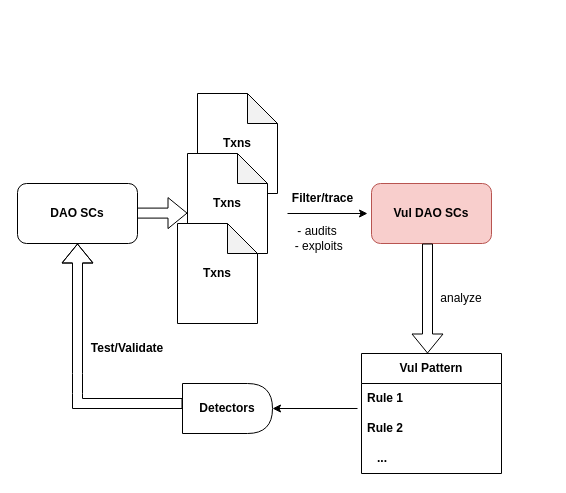
Before: dao.drawio in bossjoker1/Assembly, a draw.io diagram. Source tidied: cells renumbered, new cells numbered last; positions are measured from the earlier drawing's top-left corner, leaving out a move shared by most shapes. Both pictures are drawn from the tidied source at 100%, with x=0, y=0 at pixel (17, 93).
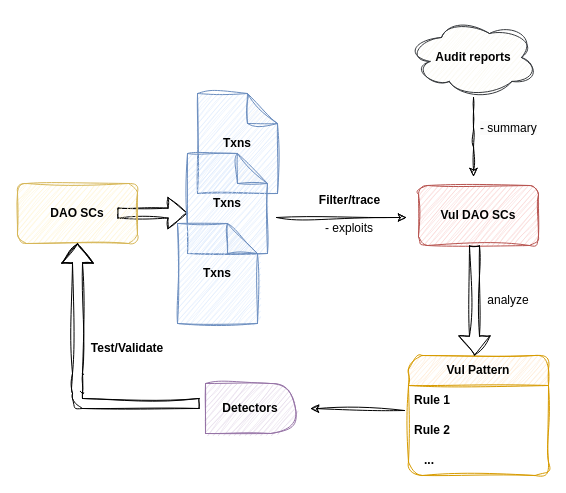
After the change.

Change to the diagram source:
```diff
@@
-    <mxCell id="2" value="&lt;b style=&quot;border-color: var(--border-color);&quot;&gt;Txns&lt;/b&gt;" style="shape=note;whiteSpace=wrap;html=1;backgroundOutline=1;darkOpacity=0.05;" parent="1" vertex="1">
+    <mxCell id="2" value="&lt;b style=&quot;border-color: var(--border-color);&quot;&gt;Txns&lt;/b&gt;" style="shape=note;whiteSpace=wrap;html=1;backgroundOutline=1;darkOpacity=0.05;rounded=1;fillColor=#dae8fc;strokeColor=#6c8ebf;sketch=1;curveFitting=1;jiggle=2;" parent="1" vertex="1">
       <mxGeometry x="180" width="80" height="100" as="geometry" />
     </mxCell>
-    <mxCell id="3" style="shape=flexArrow;endArrow=classic;html=1;rounded=0;" parent="1" edge="1">
+    <mxCell id="3" style="shape=flexArrow;endArrow=classic;html=1;rounded=1;sketch=1;curveFitting=1;jiggle=2;" parent="1" edge="1">
       <mxGeometry relative="1" as="geometry">
         <mxPoint x="100" y="119.6" as="sourcePoint" />
         <mxPoint x="170" y="119.6" as="targetPoint" />
       </mxGeometry>
     </mxCell>
-    <mxCell id="4" value="DAO SCs" style="rounded=1;whiteSpace=wrap;html=1;fontStyle=1;" parent="1" vertex="1">
+    <mxCell id="4" value="DAO SCs" style="rounded=1;whiteSpace=wrap;html=1;fontStyle=1;fillColor=#fff2cc;strokeColor=#d6b656;sketch=1;curveFitting=1;jiggle=2;" parent="1" vertex="1">
       <mxGeometry y="90" width="120" height="60" as="geometry" />
     </mxCell>
-    <mxCell id="5" value="&lt;b&gt;Txns&lt;/b&gt;" style="shape=note;whiteSpace=wrap;html=1;backgroundOutline=1;darkOpacity=0.05;" parent="1" vertex="1">
+    <mxCell id="5" value="&lt;b&gt;Txns&lt;/b&gt;" style="shape=note;whiteSpace=wrap;html=1;backgroundOutline=1;darkOpacity=0.05;rounded=1;fillColor=#dae8fc;strokeColor=#6c8ebf;sketch=1;curveFitting=1;jiggle=2;" parent="1" vertex="1">
       <mxGeometry x="170" y="60" width="80" height="100" as="geometry" />
     </mxCell>
-    <mxCell id="6" style="endArrow=classic;html=1;rounded=0;" parent="1" edge="1">
+    <mxCell id="6" style="endArrow=classic;html=1;rounded=1;sketch=1;curveFitting=1;jiggle=2;" parent="1" edge="1">
       <mxGeometry relative="1" as="geometry">
-        <mxPoint x="270" y="120" as="sourcePoint" />
-        <mxPoint x="350" y="120" as="targetPoint" />
+        <mxPoint x="259" y="124" as="sourcePoint" />
+        <mxPoint x="389" y="124" as="targetPoint" />
       </mxGeometry>
     </mxCell>
-    <mxCell id="7" value="Filter/trace" style="text;html=1;align=center;verticalAlign=middle;strokeColor=none;fillColor=none;fontStyle=1;" parent="1" vertex="1">
-      <mxGeometry x="265" y="90" width="80" height="30" as="geometry" />
+    <mxCell id="7" value="Filter/trace" style="text;html=1;align=center;verticalAlign=middle;strokeColor=none;fillColor=none;fontStyle=1;rounded=1;sketch=1;curveFitting=1;jiggle=2;" parent="1" vertex="1">
+      <mxGeometry x="292" y="92" width="80" height="30" as="geometry" />
     </mxCell>
-    <mxCell id="8" value="&lt;b style=&quot;border-color: var(--border-color);&quot;&gt;Txns&lt;/b&gt;" style="shape=note;whiteSpace=wrap;html=1;backgroundOutline=1;darkOpacity=0.05;" parent="1" vertex="1">
+    <mxCell id="8" value="&lt;b style=&quot;border-color: var(--border-color);&quot;&gt;Txns&lt;/b&gt;" style="shape=note;whiteSpace=wrap;html=1;backgroundOutline=1;darkOpacity=0.05;rounded=1;fillColor=#dae8fc;strokeColor=#6c8ebf;sketch=1;curveFitting=1;jiggle=2;" parent="1" vertex="1">
       <mxGeometry x="160" y="130" width="80" height="100" as="geometry" />
     </mxCell>
-    <mxCell id="9" value="- audits&lt;br&gt;&amp;nbsp;- exploits" style="text;html=1;strokeColor=none;fillColor=none;align=center;verticalAlign=middle;whiteSpace=wrap;rounded=0;" parent="1" vertex="1">
-      <mxGeometry x="270" y="130" width="60" height="30" as="geometry" />
+    <mxCell id="9" value="- exploits" style="text;html=1;strokeColor=none;fillColor=none;align=center;verticalAlign=middle;whiteSpace=wrap;rounded=1;sketch=1;curveFitting=1;jiggle=2;" parent="1" vertex="1">
+      <mxGeometry x="302" y="120" width="60" height="30" as="geometry" />
     </mxCell>
-    <mxCell id="10" value="Vul DAO SCs" style="rounded=1;whiteSpace=wrap;html=1;fontStyle=1;fillColor=#f8cecc;strokeColor=#b85450;" parent="1" vertex="1">
-      <mxGeometry x="354" y="90" width="120" height="60" as="geometry" />
+    <mxCell id="10" value="Vul DAO SCs" style="rounded=1;whiteSpace=wrap;html=1;fontStyle=1;fillColor=#f8cecc;strokeColor=#b85450;sketch=1;curveFitting=1;jiggle=2;" parent="1" vertex="1">
+      <mxGeometry x="401" y="92" width="120" height="60" as="geometry" />
     </mxCell>
-    <mxCell id="11" value="Vul Pattern" style="swimlane;fontStyle=1;horizontal=1;startSize=30;whiteSpace=wrap;html=1;" parent="1" vertex="1">
-      <mxGeometry x="344" y="260" width="140" height="120" as="geometry" />
+    <mxCell id="11" value="Vul Pattern" style="swimlane;fontStyle=1;horizontal=1;startSize=30;whiteSpace=wrap;html=1;rounded=1;fillColor=#ffe6cc;strokeColor=#d79b00;sketch=1;curveFitting=1;jiggle=2;" parent="1" vertex="1">
+      <mxGeometry x="391" y="262" width="140" height="120" as="geometry" />
     </mxCell>
-    <mxCell id="12" style="endArrow=classic;html=1;rounded=0;" parent="11" edge="1" target="18">
+    <mxCell id="12" style="endArrow=classic;html=1;rounded=1;sketch=1;curveFitting=1;jiggle=2;" parent="11" edge="1">
       <mxGeometry relative="1" as="geometry">
         <mxPoint x="-4" y="55" as="sourcePoint" />
+        <mxPoint x="-98" y="53" as="targetPoint" />
       </mxGeometry>
     </mxCell>
-    <mxCell id="13" value="Rule 1" style="text;strokeColor=none;fillColor=none;align=left;verticalAlign=middle;spacingLeft=4;spacingRight=4;overflow=hidden;whiteSpace=wrap;html=1;fontStyle=1;" parent="11" vertex="1">
+    <mxCell id="13" value="Rule 1" style="text;strokeColor=none;fillColor=none;align=left;verticalAlign=middle;spacingLeft=4;spacingRight=4;overflow=hidden;whiteSpace=wrap;html=1;fontStyle=1;rounded=1;sketch=1;curveFitting=1;jiggle=2;" parent="11" vertex="1">
       <mxGeometry y="30" width="140" height="30" as="geometry" />
     </mxCell>
-    <mxCell id="14" value="Rule 2" style="text;strokeColor=none;fillColor=none;align=left;verticalAlign=middle;spacingLeft=4;spacingRight=4;overflow=hidden;whiteSpace=wrap;html=1;fontStyle=1;" parent="11" vertex="1">
+    <mxCell id="14" value="Rule 2" style="text;strokeColor=none;fillColor=none;align=left;verticalAlign=middle;spacingLeft=4;spacingRight=4;overflow=hidden;whiteSpace=wrap;html=1;fontStyle=1;rounded=1;sketch=1;curveFitting=1;jiggle=2;" parent="11" vertex="1">
       <mxGeometry y="60" width="140" height="30" as="geometry" />
     </mxCell>
-    <mxCell id="15" value="&amp;nbsp; &amp;nbsp;..." style="text;strokeColor=none;fillColor=none;align=left;verticalAlign=middle;spacingLeft=4;spacingRight=4;overflow=hidden;whiteSpace=wrap;html=1;fontStyle=1;" parent="11" vertex="1">
+    <mxCell id="15" value="&amp;nbsp; &amp;nbsp;..." style="text;strokeColor=none;fillColor=none;align=left;verticalAlign=middle;spacingLeft=4;spacingRight=4;overflow=hidden;whiteSpace=wrap;html=1;fontStyle=1;rounded=1;sketch=1;curveFitting=1;jiggle=2;" parent="11" vertex="1">
       <mxGeometry y="90" width="140" height="30" as="geometry" />
     </mxCell>
-    <mxCell id="16" style="shape=flexArrow;endArrow=classic;html=1;rounded=0;" parent="1" edge="1">
+    <mxCell id="16" style="shape=flexArrow;endArrow=classic;html=1;rounded=1;sketch=1;curveFitting=1;jiggle=2;" parent="1" edge="1">
       <mxGeometry relative="1" as="geometry">
-        <mxPoint x="410" y="150" as="sourcePoint" />
-        <mxPoint x="410" y="260" as="targetPoint" />
+        <mxPoint x="457" y="152" as="sourcePoint" />
+        <mxPoint x="457" y="262" as="targetPoint" />
       </mxGeometry>
     </mxCell>
-    <mxCell id="17" value="analyze" style="text;html=1;strokeColor=none;fillColor=none;align=center;verticalAlign=middle;whiteSpace=wrap;rounded=0;" parent="1" vertex="1">
-      <mxGeometry x="414" y="190" width="60" height="30" as="geometry" />
+    <mxCell id="17" value="analyze" style="text;html=1;strokeColor=none;fillColor=none;align=center;verticalAlign=middle;whiteSpace=wrap;rounded=1;sketch=1;curveFitting=1;jiggle=2;" parent="1" vertex="1">
+      <mxGeometry x="461" y="192" width="60" height="30" as="geometry" />
     </mxCell>
-    <mxCell id="18" value="&lt;b&gt;Detectors&lt;/b&gt;" style="shape=delay;whiteSpace=wrap;html=1;" parent="1" vertex="1">
-      <mxGeometry x="165" y="290" width="90" height="50" as="geometry" />
+    <mxCell id="18" value="&lt;b&gt;Detectors&lt;/b&gt;" style="shape=delay;whiteSpace=wrap;html=1;rounded=1;fillColor=#e1d5e7;strokeColor=#9673a6;sketch=1;curveFitting=1;jiggle=2;" parent="1" vertex="1">
+      <mxGeometry x="188" y="290" width="90" height="50" as="geometry" />
     </mxCell>
-    <mxCell id="19" style="shape=flexArrow;endArrow=classic;html=1;rounded=0;entryX=0.5;entryY=1;entryDx=0;entryDy=0;" parent="1" edge="1" target="4">
+    <mxCell id="19" style="shape=flexArrow;endArrow=classic;html=1;rounded=1;entryX=0.5;entryY=1;entryDx=0;entryDy=0;sketch=1;curveFitting=1;jiggle=2;" parent="1" edge="1" target="4">
       <mxGeometry relative="1" as="geometry">
-        <mxPoint x="165" y="310" as="sourcePoint" />
+        <mxPoint x="182" y="310" as="sourcePoint" />
         <Array as="points">
           <mxPoint x="60" y="310" />
           <mxPoint x="60" y="300" />
           <mxPoint x="60" y="280" />
         </Array>
       </mxGeometry>
     </mxCell>
-    <mxCell id="20" value="&lt;b&gt;Test/Validate&lt;/b&gt;" style="text;html=1;strokeColor=none;fillColor=none;align=center;verticalAlign=middle;whiteSpace=wrap;rounded=0;" parent="1" vertex="1">
+    <mxCell id="20" value="&lt;b&gt;Test/Validate&lt;/b&gt;" style="text;html=1;strokeColor=none;fillColor=none;align=center;verticalAlign=middle;whiteSpace=wrap;rounded=1;sketch=1;curveFitting=1;jiggle=2;" parent="1" vertex="1">
       <mxGeometry x="80" y="240" width="60" height="30" as="geometry" />
     </mxCell>
+    <mxCell id="21" style="edgeStyle=orthogonalEdgeStyle;rounded=1;jettySize=auto;html=1;sketch=1;curveFitting=1;jiggle=2;" parent="1" edge="1" source="22">
+      <mxGeometry relative="1" as="geometry">
+        <mxPoint x="456" y="83" as="targetPoint" />
+      </mxGeometry>
+    </mxCell>
+    <mxCell id="22" value="&lt;b&gt;Audit reports&lt;/b&gt;" style="ellipse;shape=cloud;whiteSpace=wrap;html=1;rounded=1;fillColor=#f9f7ed;strokeColor=#36393d;sketch=1;curveFitting=1;jiggle=2;" parent="1" vertex="1">
+      <mxGeometry x="392" y="-76" width="128" height="80" as="geometry" />
+    </mxCell>
+    <mxCell id="23" value="&lt;span style=&quot;color: rgb(0, 0, 0); font-family: Helvetica; font-size: 12px; font-style: normal; font-variant-ligatures: normal; font-variant-caps: normal; font-weight: 400; letter-spacing: normal; orphans: 2; text-align: center; text-indent: 0px; text-transform: none; widows: 2; word-spacing: 0px; -webkit-text-stroke-width: 0px; background-color: rgb(251, 251, 251); text-decoration-thickness: initial; text-decoration-style: initial; text-decoration-color: initial; float: none; display: inline !important;&quot;&gt;- summary&lt;/span&gt;" style="text;whiteSpace=wrap;html=1;rounded=1;sketch=1;curveFitting=1;jiggle=2;" parent="1" vertex="1">
+      <mxGeometry x="461" y="21" width="67" height="36" as="geometry" />
+    </mxCell>
```
